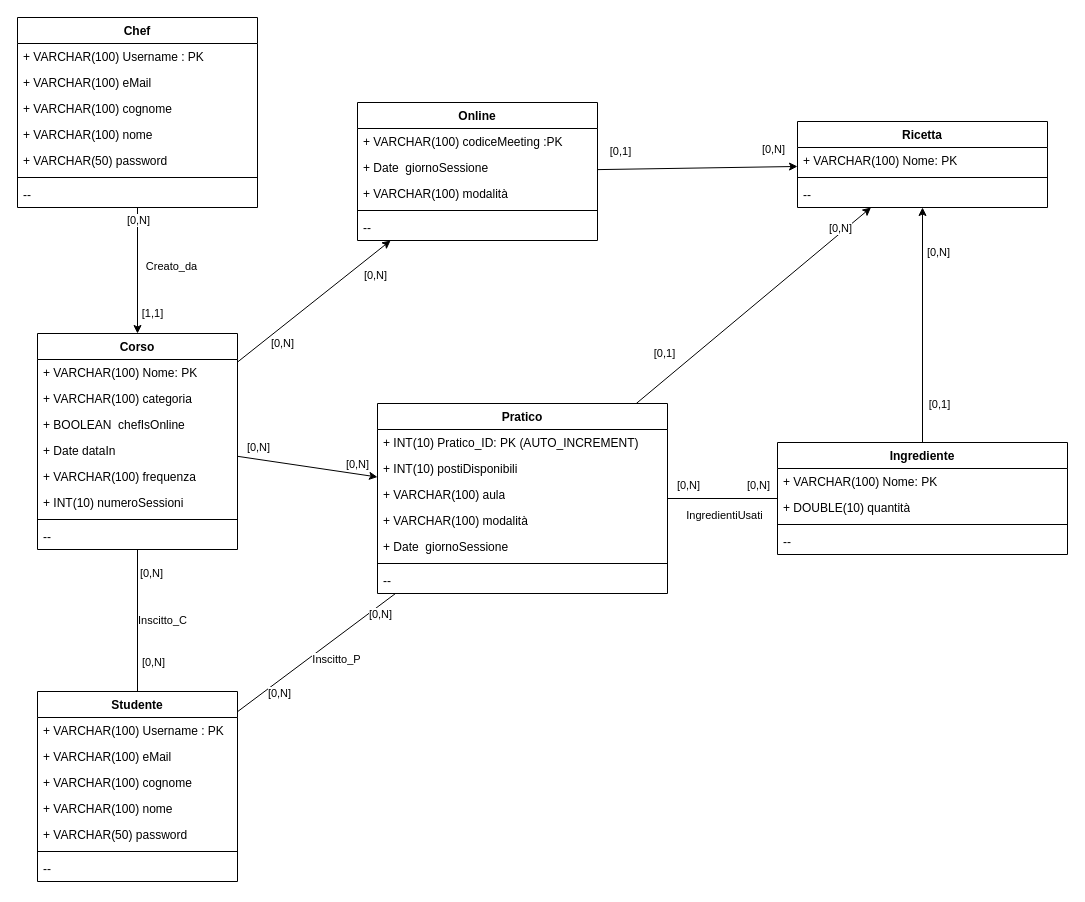
The draw.io diagram page "umlBDD" (2 of 2) of obj/uml/UML1.drawio in MetisWastaken/UninaFoodLab, before the edit. Source tidied: cells renumbered, new cells numbered last; positions are measured from the earlier drawing's top-left corner, leaving out a move shared by most shapes. Both pictures are drawn from the tidied source at 100%, with x=0, y=0 at pixel (17, 17).
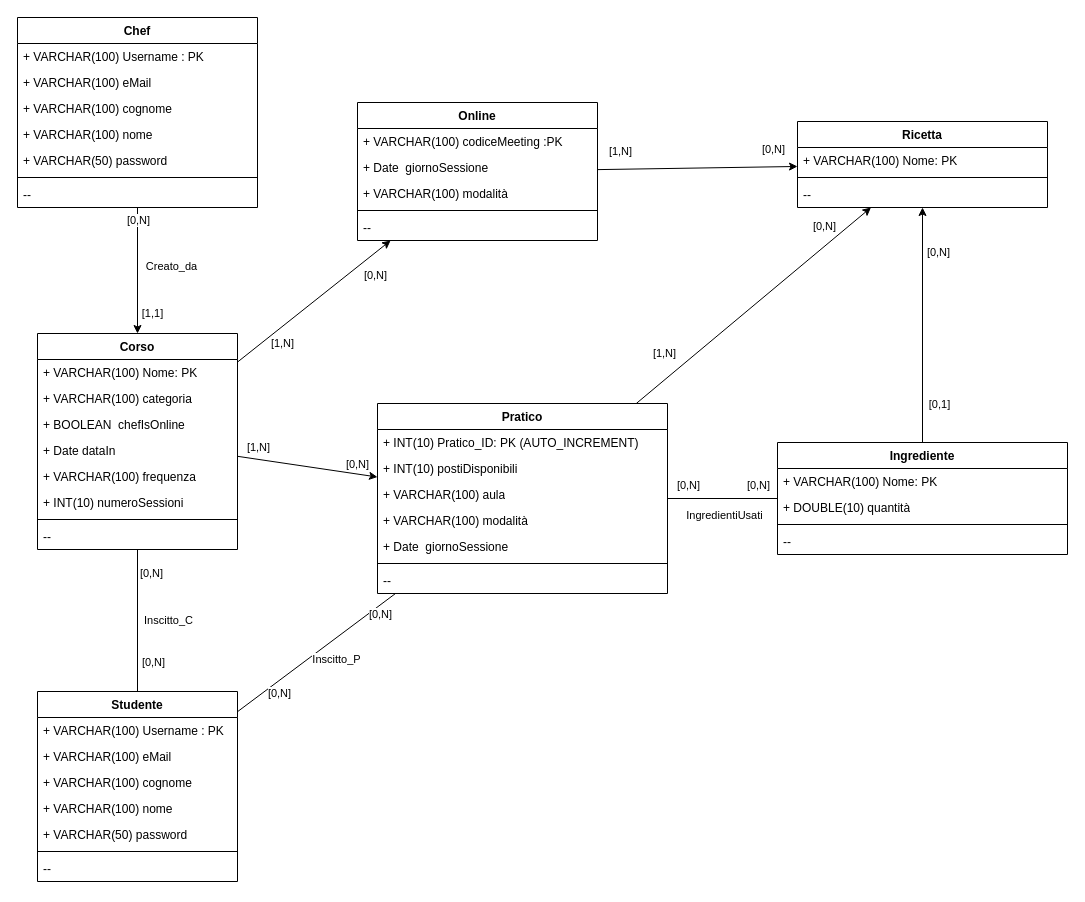
After the change.

Unchanged cells that the change refers to:
```xml
<mxCell id="2" style="edgeStyle=none;shape=connector;rounded=0;jettySize=auto;html=1;strokeColor=default;strokeWidth=1;align=center;verticalAlign=middle;endArrow=none;endFill=0;endSize=6;" parent="1" edge="1" source="6" target="23">
  <mxGeometry relative="1" as="geometry" />
</mxCell>
<mxCell id="31" value="Ingrediente" style="swimlane;align=center;verticalAlign=top;horizontal=1;startSize=26;whiteSpace=wrap;html=1;" parent="1" vertex="1">
  <mxGeometry x="760" y="425" width="290" height="112" as="geometry" />
</mxCell>
<mxCell id="44" value="Ricetta" style="swimlane;align=center;verticalAlign=top;horizontal=1;startSize=26;whiteSpace=wrap;html=1;" parent="1" vertex="1">
  <mxGeometry x="780" y="104" width="250" height="86" as="geometry" />
</mxCell>
<mxCell id="48" style="edgeStyle=none;shape=connector;rounded=0;jettySize=auto;html=1;strokeColor=default;strokeWidth=1;align=center;verticalAlign=middle;endArrow=none;endFill=0;endSize=6;startArrow=classic;startFill=1;" parent="1" edge="1" source="72" target="6">
  <mxGeometry relative="1" as="geometry" />
</mxCell>
<mxCell id="62" style="edgeStyle=none;shape=connector;rounded=0;jettySize=auto;html=1;strokeColor=default;strokeWidth=1;align=center;verticalAlign=middle;endArrow=classic;endFill=1;endSize=6;" parent="1" edge="1" source="72" target="44">
  <mxGeometry relative="1" as="geometry" />
</mxCell>
<mxCell id="65" style="edgeStyle=none;shape=connector;rounded=0;jettySize=auto;html=1;strokeColor=default;strokeWidth=1;align=center;verticalAlign=middle;endArrow=none;endFill=0;endSize=6;startArrow=classic;startFill=1;" parent="1" edge="1" source="36" target="6">
  <mxGeometry relative="1" as="geometry" />
</mxCell>
<mxCell id="78" style="edgeStyle=none;shape=connector;rounded=0;jettySize=auto;html=1;strokeColor=default;strokeWidth=1;align=center;verticalAlign=middle;endArrow=classic;endFill=1;endSize=6;" parent="1" edge="1" source="36" target="44">
  <mxGeometry relative="1" as="geometry" />
</mxCell>
```

What changed in the source:
```diff
@@
     <mxCell id="3" value="Inscitto_C" style="edgeLabel;html=1;align=center;verticalAlign=middle;" parent="2" vertex="1">
       <mxGeometry x="-0.14" y="-2" relative="1" as="geometry">
-        <mxPoint x="26" y="9" as="offset" />
+        <mxPoint x="32" y="9" as="offset" />
       </mxGeometry>
     </mxCell>
@@
-    <mxCell id="49" value="[0,N]" style="edgeLabel;html=1;align=center;verticalAlign=middle;" parent="48" vertex="1">
+    <mxCell id="49" value="[1,N]" style="edgeLabel;html=1;align=center;verticalAlign=middle;" parent="48" vertex="1">
       <mxGeometry x="0.61" relative="1" as="geometry">
         <mxPoint x="14" y="5" as="offset" />
       </mxGeometry>
     </mxCell>
@@
-    <mxCell id="55" style="edgeStyle=none;shape=connector;rounded=0;jettySize=auto;html=1;strokeColor=default;strokeWidth=1;align=center;verticalAlign=middle;endArrow=classic;endFill=1;endSize=6;startArrow=none;startFill=0;" parent="1" edge="1" source="31" target="44">
-      <mxGeometry relative="1" as="geometry" />
+    <mxCell id="55" style="edgeStyle=none;shape=connector;rounded=0;jettySize=auto;html=1;strokeColor=default;strokeWidth=1;align=center;verticalAlign=middle;endArrow=classic;endFill=1;endSize=6;startArrow=none;startFill=0;" parent="1" edge="1" source="31">
+      <mxGeometry relative="1" as="geometry">
+        <mxPoint x="905" y="190" as="targetPoint" />
+      </mxGeometry>
     </mxCell>
@@
-    <mxCell id="64" value="[0,1]" style="edgeLabel;html=1;align=center;verticalAlign=middle;" parent="62" vertex="1">
+    <mxCell id="64" value="[1,N]" style="edgeLabel;html=1;align=center;verticalAlign=middle;" parent="62" vertex="1">
       <mxGeometry x="-0.67" y="-1" relative="1" as="geometry">
         <mxPoint x="-11" y="-19" as="offset" />
       </mxGeometry>
     </mxCell>
@@
-    <mxCell id="66" value="[0,N]" style="edgeLabel;html=1;align=center;verticalAlign=middle;" parent="65" vertex="1">
+    <mxCell id="66" value="[1,N]" style="edgeLabel;html=1;align=center;verticalAlign=middle;" parent="65" vertex="1">
       <mxGeometry x="0.61" relative="1" as="geometry">
         <mxPoint x="-7" y="-13" as="offset" />
       </mxGeometry>
     </mxCell>
@@
     <mxCell id="79" value="[0,N]" style="edgeLabel;html=1;align=center;verticalAlign=middle;" parent="78" vertex="1">
       <mxGeometry x="0.61" relative="1" as="geometry">
-        <mxPoint x="15" y="-18" as="offset" />
+        <mxPoint x="-1" y="-20" as="offset" />
       </mxGeometry>
     </mxCell>
-    <mxCell id="80" value="[0,1]" style="edgeLabel;html=1;align=center;verticalAlign=middle;" parent="78" vertex="1">
+    <mxCell id="80" value="[1,N]" style="edgeLabel;html=1;align=center;verticalAlign=middle;" parent="78" vertex="1">
       <mxGeometry x="-0.67" y="-1" relative="1" as="geometry">
         <mxPoint x="-11" y="-19" as="offset" />
       </mxGeometry>
     </mxCell>
```
